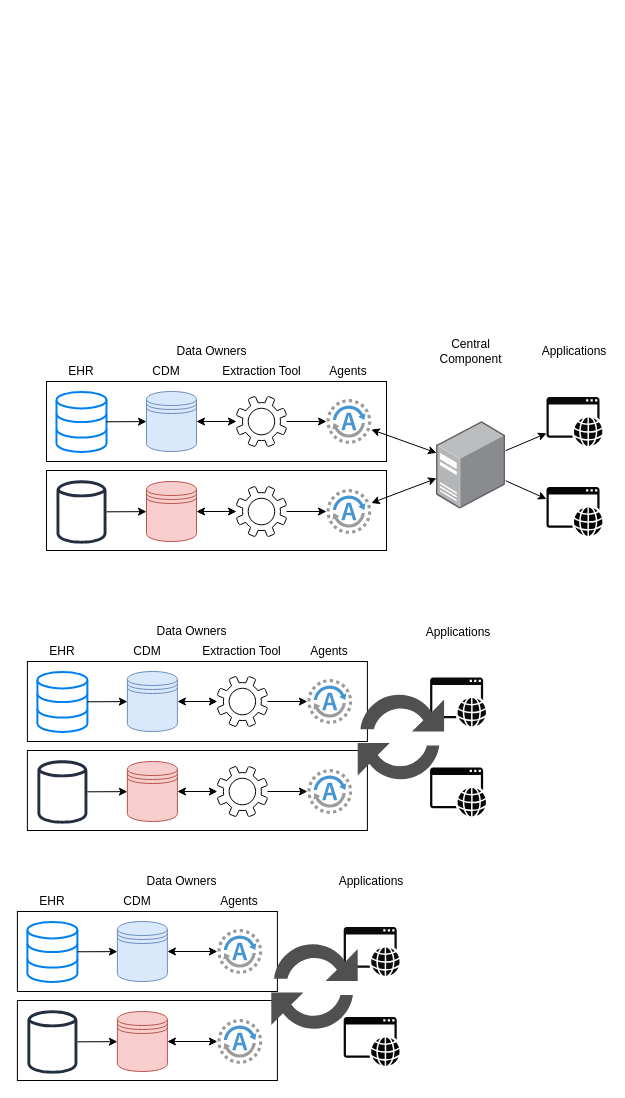
Before: figs/04-extraction-update/overall-archs.drawio in aspedrosa/masters-thesis, a draw.io diagram. Source tidied: cells renumbered, new cells numbered last; positions are measured from the earlier drawing's top-left corner, leaving out a move shared by most shapes. Both pictures are drawn from the tidied source at 100%, with x=0, y=0 at pixel (17, 341). Pictures stored in the file or linked from it are replaced by grey dashed boxes.
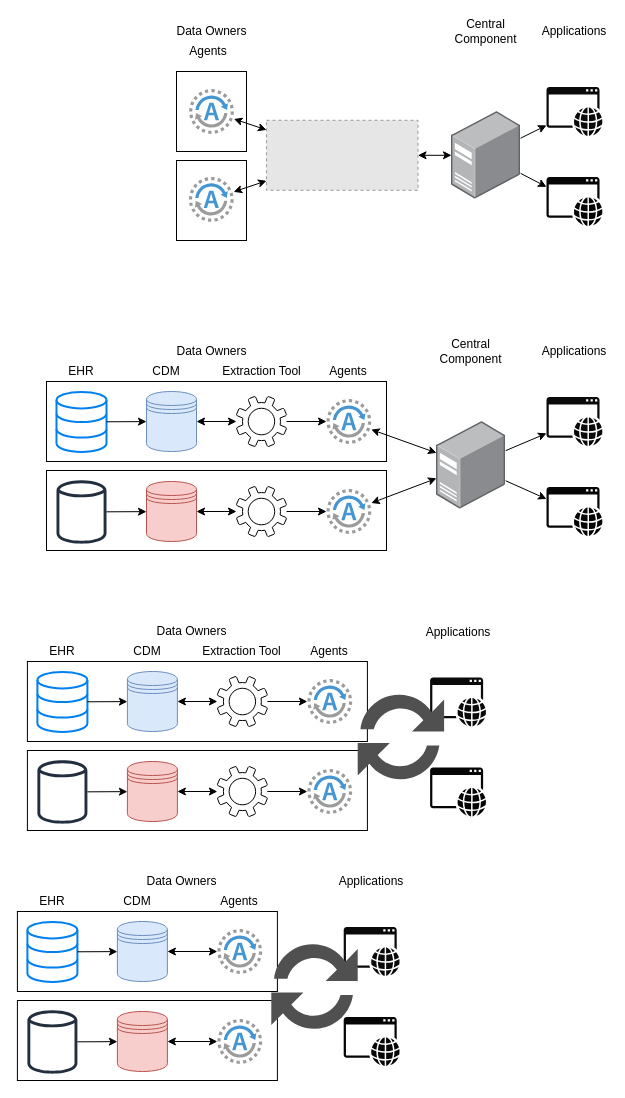
The same page after the edit.

Change to the diagram source:
```diff
@@
+    <mxCell id="77" style="rounded=0;whiteSpace=wrap;html=1;" parent="1" vertex="1">
+      <mxGeometry x="159" y="-181" width="70" height="80" as="geometry" />
+    </mxCell>
+    <mxCell id="78" style="rounded=0;whiteSpace=wrap;html=1;" parent="1" vertex="1">
+      <mxGeometry x="159" y="-270" width="70" height="80" as="geometry" />
+    </mxCell>
+    <mxCell id="79" value="Agents" style="text;html=1;strokeColor=none;fillColor=none;align=center;verticalAlign=middle;whiteSpace=wrap;rounded=0;" parent="1" vertex="1">
+      <mxGeometry x="171.4" y="-300" width="40" height="20" as="geometry" />
+    </mxCell>
+    <mxCell id="80" value="Applications" style="text;html=1;strokeColor=none;fillColor=none;align=center;verticalAlign=middle;whiteSpace=wrap;rounded=0;" parent="1" vertex="1">
+      <mxGeometry x="537" y="-320" width="40" height="20" as="geometry" />
+    </mxCell>
+    <mxCell id="81" value="Data Owners" style="text;html=1;strokeColor=none;fillColor=none;align=center;verticalAlign=middle;whiteSpace=wrap;rounded=0;" parent="1" vertex="1">
+      <mxGeometry x="146.5" y="-320" width="95" height="20" as="geometry" />
+    </mxCell>
+    <mxCell id="82" style="rounded=0;jettySize=auto;html=1;startArrow=classic;startFill=1;endArrow=classic;endFill=1;" parent="1" edge="1" source="86" target="92">
+      <mxGeometry relative="1" as="geometry" />
+    </mxCell>
+    <mxCell id="83" style="rounded=0;jettySize=auto;html=1;startArrow=classic;startFill=1;endArrow=classic;endFill=1;" parent="1" edge="1" source="90" target="92">
+      <mxGeometry relative="1" as="geometry" />
+    </mxCell>
+    <mxCell id="84" style="rounded=0;jettySize=auto;html=1;startArrow=classic;startFill=1;endArrow=none;endFill=0;" parent="1" edge="1" source="89" target="90">
+      <mxGeometry relative="1" as="geometry" />
+    </mxCell>
+    <mxCell id="85" style="rounded=0;jettySize=auto;html=1;startArrow=classic;startFill=1;endArrow=none;endFill=0;" parent="1" edge="1" source="88" target="90">
+      <mxGeometry relative="1" as="geometry" />
+    </mxCell>
+    <mxCell id="86" style="shadow=0;dashed=0;html=1;strokeColor=none;fillColor=#4495D1;labelPosition=center;verticalLabelPosition=bottom;verticalAlign=top;align=center;outlineConnect=0;shape=mxgraph.veeam.2d.agent;" parent="1" vertex="1">
+      <mxGeometry x="171.6" y="-252.4" width="44.8" height="44.8" as="geometry" />
+    </mxCell>
+    <mxCell id="87" style="shadow=0;dashed=0;html=1;labelPosition=center;verticalLabelPosition=bottom;verticalAlign=top;align=center;outlineConnect=0;shape=mxgraph.veeam.2d.agent;" parent="1" vertex="1">
+      <mxGeometry x="171.4" y="-164.5" width="44.8" height="44.8" as="geometry" />
+    </mxCell>
+    <mxCell id="88" style="sketch=0;shadow=0;dashed=0;html=1;strokeColor=none;fillColor=#050505;labelPosition=center;verticalLabelPosition=bottom;verticalAlign=top;outlineConnect=0;align=center;shape=mxgraph.office.concepts.application_web;" parent="1" vertex="1">
+      <mxGeometry x="529" y="-164.5" width="56" height="49" as="geometry" />
+    </mxCell>
+    <mxCell id="89" style="sketch=0;shadow=0;dashed=0;html=1;strokeColor=none;fillColor=#0A0A0A;labelPosition=center;verticalLabelPosition=bottom;verticalAlign=top;outlineConnect=0;align=center;shape=mxgraph.office.concepts.application_web;" parent="1" vertex="1">
+      <mxGeometry x="529" y="-254.5" width="56" height="49" as="geometry" />
+    </mxCell>
+    <mxCell id="90" style="points=[];html=1;align=center;shadow=0;dashed=0;image;image=img/lib/allied_telesis/computer_and_terminals/Server_Desktop.svg;fillColor=#050505;" parent="1" vertex="1">
+      <mxGeometry x="434" y="-230" width="69.1" height="87.6" as="geometry" />
+    </mxCell>
+    <mxCell id="91" value="Central Component" style="text;strokeColor=none;fillColor=none;align=center;verticalAlign=middle;rounded=0;glass=0;whiteSpace=wrap;html=1;fontColor=default;" parent="1" vertex="1">
+      <mxGeometry x="427" y="-320" width="83.2" height="20" as="geometry" />
+    </mxCell>
+    <mxCell id="92" style="fillColor=#E6E6E6;strokeColor=#999999;dashed=1;verticalLabelPosition=bottom;labelBackgroundColor=#ffffff;verticalAlign=top;" parent="1" vertex="1">
+      <mxGeometry x="249" y="-221.2" width="151.5" height="70" as="geometry" />
+    </mxCell>
+    <mxCell id="93" style="rounded=0;jettySize=auto;html=1;startArrow=classic;startFill=1;endArrow=classic;endFill=1;" parent="1" edge="1" source="87" target="92">
+      <mxGeometry relative="1" as="geometry" />
+    </mxCell>
```
